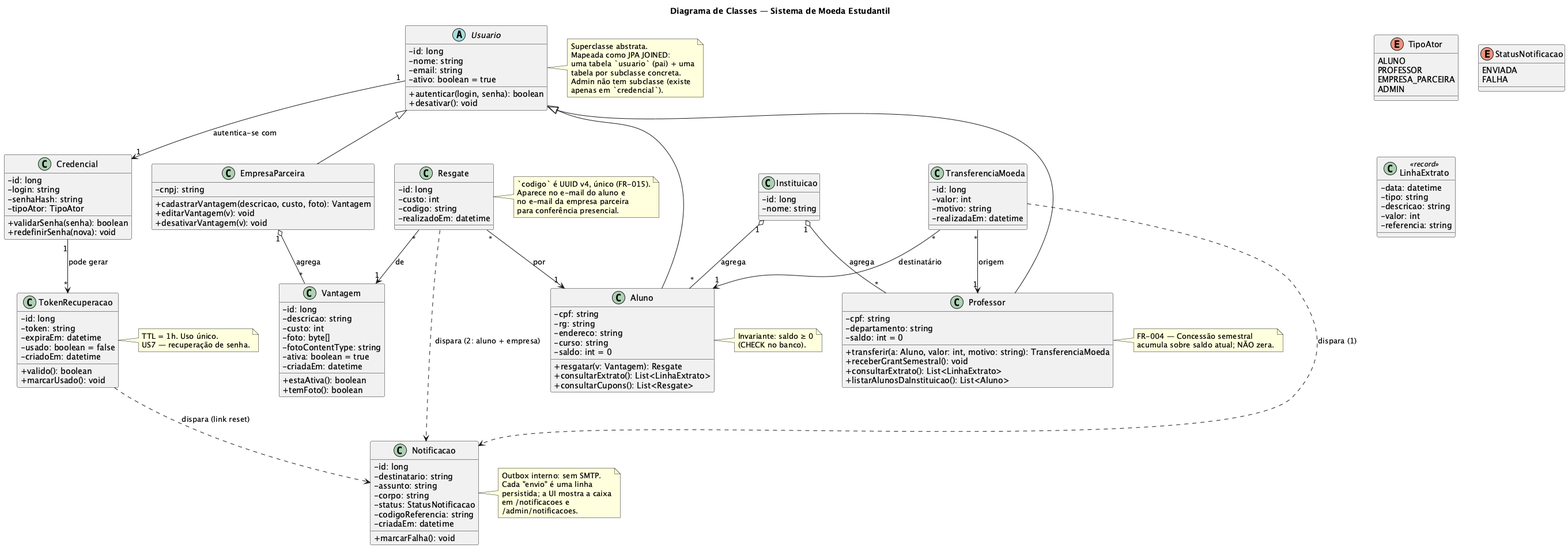
Before: docs/diagrams/class.png, a diagram exported from PlantUML (samueljansem/puc-lds-moeda-estudantil).
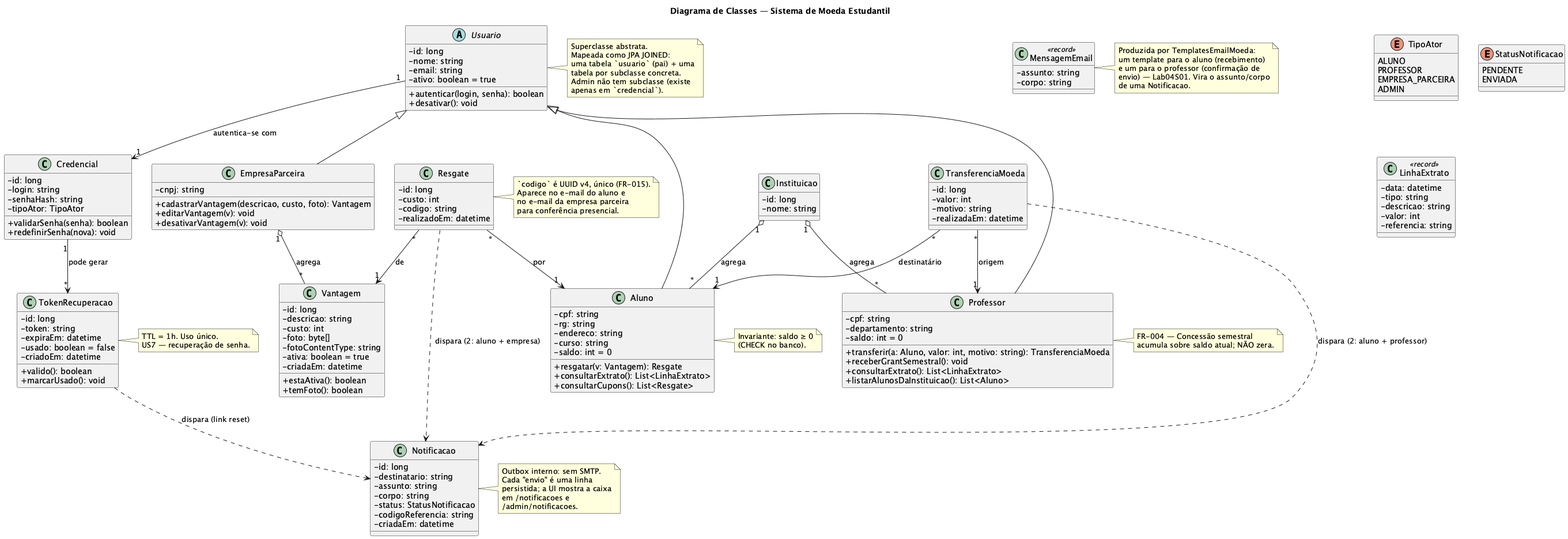
The same file after the commit.

The edit, as a diff of the source:
```diff
@@ -12,8 +12,8 @@
 }
 
 enum StatusNotificacao {
+  PENDENTE
   ENVIADA
-  FALHA
 }
 
 abstract class Usuario {
@@ -101,7 +101,6 @@
   - status: StatusNotificacao
   - codigoReferencia: string
   - criadaEm: datetime
-  + marcarFalha(): void
 }
 
 class TokenRecuperacao {
@@ -122,6 +121,11 @@
   - referencia: string
 }
 
+class MensagemEmail <<record>> {
+  - assunto: string
+  - corpo: string
+}
+
 Usuario <|-- Aluno
 Usuario <|-- Professor
 Usuario <|-- EmpresaParceira
@@ -139,7 +143,7 @@
 Resgate "*" --> "1" Aluno    : por
 Resgate "*" --> "1" Vantagem : de
 
-TransferenciaMoeda ..> Notificacao : "dispara (1)"
+TransferenciaMoeda ..> Notificacao : "dispara (2: aluno + professor)"
 Resgate            ..> Notificacao : "dispara (2: aluno + empresa)"
 TokenRecuperacao   ..> Notificacao : "dispara (link reset)"
 
@@ -177,6 +181,14 @@
   /admin/notificacoes.
 end note
 
+note right of MensagemEmail
+  Produzida por TemplatesEmailMoeda:
+  um template para o aluno (recebimento)
+  e um para o professor (confirmação de
+  envio) — Lab04S01. Vira o assunto/corpo
+  de uma Notificacao.
+end note
+
 note right of TokenRecuperacao
   TTL = 1h. Uso único.
   US7 — recuperação de senha.
```
